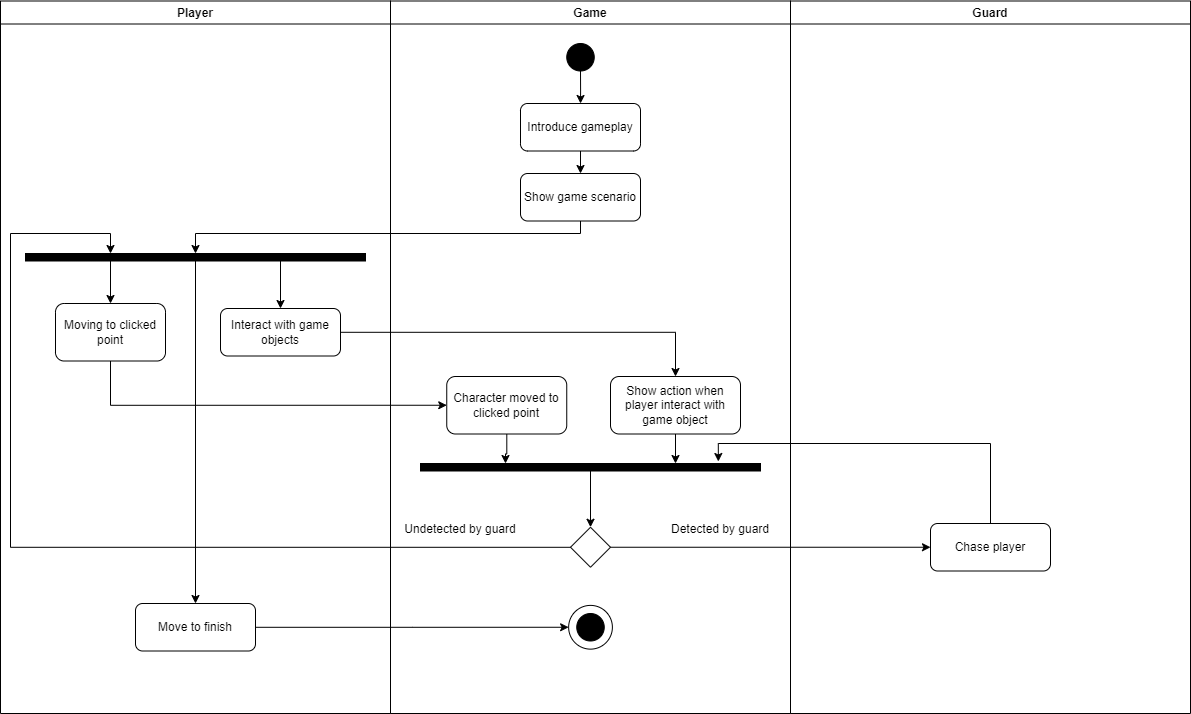
The draw.io diagram activity diagram.png in johannfac/A-Lone-Burglar, before a commit. Source tidied: cells renumbered, new cells last; positions are measured from the earlier drawing's top-left corner, leaving out a move shared by most shapes.
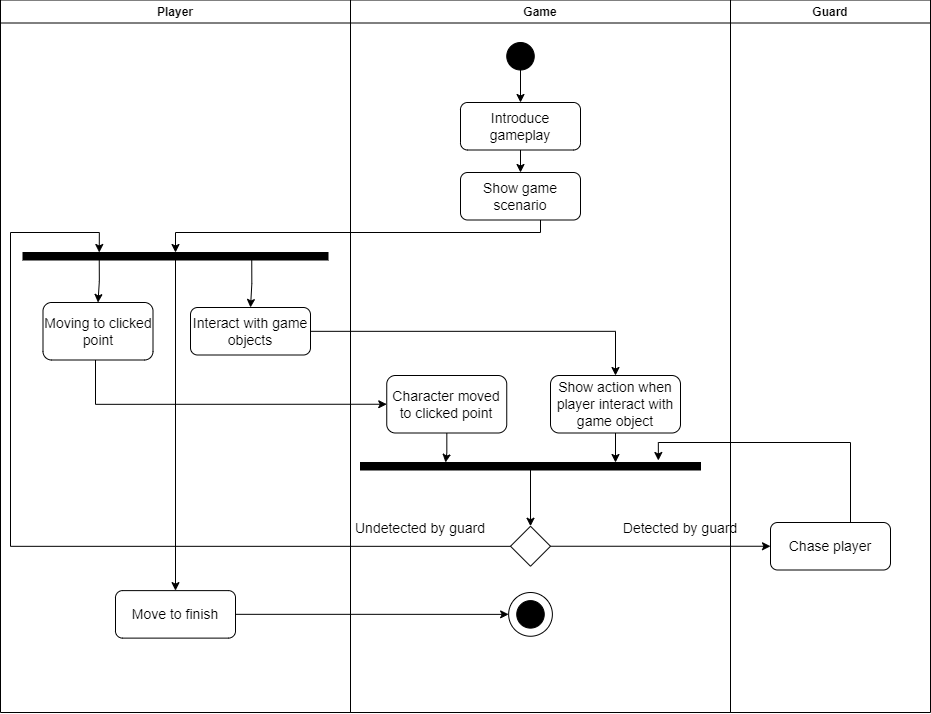
The same diagram one commit later.

What changed in the source:
```diff
@@ -3,91 +3,95 @@
     <mxCell id="0" />
     <mxCell id="1" parent="0" />
     <mxCell id="2" value="Player" style="swimlane;fillColor=#FFFFFF;" parent="1" vertex="1">
-      <mxGeometry y="-0.5" width="390" height="712.5" as="geometry" />
+      <mxGeometry x="40" y="-0.5" width="350" height="712.5" as="geometry" />
     </mxCell>
-    <mxCell id="3" value="Moving to clicked point" style="rounded=1;whiteSpace=wrap;html=1;fillColor=#FFFFFF;" parent="2" vertex="1">
-      <mxGeometry x="55" y="302.5" width="110" height="57.5" as="geometry" />
+    <mxCell id="3" value="&lt;font style=&quot;font-size: 14px;&quot;&gt;Moving to clicked point&lt;/font&gt;" style="rounded=1;whiteSpace=wrap;html=1;fillColor=#FFFFFF;" parent="2" vertex="1">
+      <mxGeometry x="42.5" y="302.5" width="110" height="57.5" as="geometry" />
     </mxCell>
     <mxCell id="4" style="rounded=0;whiteSpace=wrap;html=1;fillColor=#000000;" parent="2" vertex="1">
-      <mxGeometry x="25" y="252.5" width="340" height="7.5" as="geometry" />
+      <mxGeometry x="22.5" y="252.5" width="305" height="7.5" as="geometry" />
     </mxCell>
     <mxCell id="5" style="edgeStyle=orthogonalEdgeStyle;rounded=0;jettySize=auto;html=1;exitX=0.25;exitY=1;exitDx=0;exitDy=0;" parent="2" edge="1" source="4" target="3">
       <mxGeometry relative="1" as="geometry" />
     </mxCell>
-    <mxCell id="6" value="Interact with game objects" style="rounded=1;whiteSpace=wrap;html=1;fillColor=#FFFFFF;" parent="2" vertex="1">
-      <mxGeometry x="220" y="307.5" width="120" height="47.5" as="geometry" />
+    <mxCell id="6" value="&lt;font style=&quot;font-size: 14px;&quot;&gt;Interact with game objects&lt;/font&gt;" style="rounded=1;whiteSpace=wrap;html=1;fillColor=#FFFFFF;" parent="2" vertex="1">
+      <mxGeometry x="190" y="307.5" width="120" height="47.5" as="geometry" />
     </mxCell>
     <mxCell id="7" style="edgeStyle=orthogonalEdgeStyle;rounded=0;jettySize=auto;html=1;exitX=0.75;exitY=1;exitDx=0;exitDy=0;" parent="2" edge="1" source="4" target="6">
       <mxGeometry relative="1" as="geometry" />
     </mxCell>
-    <mxCell id="8" value="Move to finish" style="rounded=1;whiteSpace=wrap;html=1;fillColor=#FFFFFF;" parent="2" vertex="1">
-      <mxGeometry x="135" y="602.5" width="120" height="47.5" as="geometry" />
+    <mxCell id="8" value="&lt;font style=&quot;font-size: 14px;&quot;&gt;Move to finish&lt;/font&gt;" style="rounded=1;whiteSpace=wrap;html=1;fillColor=#FFFFFF;" parent="2" vertex="1">
+      <mxGeometry x="115" y="590.6" width="120" height="47.5" as="geometry" />
     </mxCell>
     <mxCell id="9" style="edgeStyle=orthogonalEdgeStyle;rounded=0;jettySize=auto;html=1;entryX=0.5;entryY=0;entryDx=0;entryDy=0;" parent="2" edge="1" source="4" target="8">
-      <mxGeometry relative="1" as="geometry" />
+      <mxGeometry relative="1" as="geometry">
+        <Array as="points">
+          <mxPoint x="175" y="583" />
+        </Array>
+      </mxGeometry>
     </mxCell>
-    <mxCell id="10" value="Game" style="swimlane;fillColor=#FFFFFF;" parent="1" vertex="1">
-      <mxGeometry x="390" y="-0.5" width="400" height="712.5" as="geometry" />
+    <mxCell id="10" value="Game" style="swimlane;fillColor=#FFFFFF;startSize=23;" parent="1" vertex="1">
+      <mxGeometry x="390" y="-0.5" width="380" height="712.5" as="geometry" />
     </mxCell>
     <mxCell id="11" style="ellipse;whiteSpace=wrap;html=1;fillColor=#FFFFFF;" parent="10" vertex="1">
-      <mxGeometry x="178.1" y="604.4" width="43.8" height="43.8" as="geometry" />
+      <mxGeometry x="158.1" y="592.5" width="43.8" height="43.8" as="geometry" />
     </mxCell>
     <mxCell id="12" style="edgeStyle=orthogonalEdgeStyle;rounded=0;jettySize=auto;html=1;" parent="10" edge="1" source="13" target="15">
       <mxGeometry relative="1" as="geometry" />
     </mxCell>
     <mxCell id="13" style="ellipse;whiteSpace=wrap;html=1;fillColor=#000000;" parent="10" vertex="1">
-      <mxGeometry x="176.2" y="42.5" width="27.5" height="27.5" as="geometry" />
+      <mxGeometry x="156.2" y="42.5" width="27.5" height="27.5" as="geometry" />
     </mxCell>
     <mxCell id="14" style="edgeStyle=orthogonalEdgeStyle;rounded=0;jettySize=auto;html=1;" parent="10" edge="1" source="15" target="16">
       <mxGeometry relative="1" as="geometry" />
     </mxCell>
-    <mxCell id="15" value="Introduce gameplay" style="rounded=1;whiteSpace=wrap;html=1;fillColor=#FFFFFF;" parent="10" vertex="1">
-      <mxGeometry x="130" y="102.5" width="120" height="47.5" as="geometry" />
+    <mxCell id="15" value="&lt;font style=&quot;font-size: 14px;&quot;&gt;Introduce gameplay&lt;/font&gt;" style="rounded=1;whiteSpace=wrap;html=1;fillColor=#FFFFFF;" parent="10" vertex="1">
+      <mxGeometry x="110" y="102.5" width="120" height="47.5" as="geometry" />
     </mxCell>
-    <mxCell id="16" value="Show game scenario" style="rounded=1;whiteSpace=wrap;html=1;fillColor=#FFFFFF;" parent="10" vertex="1">
-      <mxGeometry x="130" y="172.5" width="120" height="47.5" as="geometry" />
+    <mxCell id="16" value="&lt;font style=&quot;font-size: 14px;&quot;&gt;Show game scenario&lt;/font&gt;" style="rounded=1;whiteSpace=wrap;html=1;fillColor=#FFFFFF;" parent="10" vertex="1">
+      <mxGeometry x="110" y="172.5" width="120" height="47.5" as="geometry" />
     </mxCell>
     <mxCell id="17" style="edgeStyle=orthogonalEdgeStyle;rounded=0;jettySize=auto;html=1;entryX=0.75;entryY=0;entryDx=0;entryDy=0;" parent="10" edge="1" source="18" target="24">
       <mxGeometry relative="1" as="geometry" />
     </mxCell>
-    <mxCell id="18" value="Show action when player interact with game object" style="rounded=1;whiteSpace=wrap;html=1;fillColor=#FFFFFF;" parent="10" vertex="1">
-      <mxGeometry x="220" y="375.5" width="130" height="57.5" as="geometry" />
+    <mxCell id="18" value="&lt;font style=&quot;font-size: 14px;&quot;&gt;Show action when player interact with game object&lt;/font&gt;" style="rounded=1;whiteSpace=wrap;html=1;fillColor=#FFFFFF;" parent="10" vertex="1">
+      <mxGeometry x="200" y="375.5" width="130" height="57.5" as="geometry" />
     </mxCell>
     <mxCell id="19" style="edgeStyle=orthogonalEdgeStyle;rounded=0;jettySize=auto;html=1;entryX=0.25;entryY=0;entryDx=0;entryDy=0;" parent="10" edge="1" source="20" target="24">
       <mxGeometry relative="1" as="geometry" />
     </mxCell>
-    <mxCell id="20" value="Character moved to clicked point" style="rounded=1;whiteSpace=wrap;html=1;fillColor=#FFFFFF;" parent="10" vertex="1">
-      <mxGeometry x="56.2" y="375.5" width="120" height="57.5" as="geometry" />
+    <mxCell id="20" value="&lt;font style=&quot;font-size: 14px;&quot;&gt;Character moved to clicked point&lt;/font&gt;" style="rounded=1;whiteSpace=wrap;html=1;fillColor=#FFFFFF;" parent="10" vertex="1">
+      <mxGeometry x="36.2" y="375.5" width="120" height="57.5" as="geometry" />
     </mxCell>
-    <mxCell id="21" value="Detected by guard" style="text;html=1;strokeColor=none;fillColor=none;align=center;verticalAlign=middle;whiteSpace=wrap;rounded=0;" parent="10" vertex="1">
+    <mxCell id="21" value="&lt;font style=&quot;font-size: 14px;&quot;&gt;Detected by guard&lt;/font&gt;" style="text;html=1;strokeColor=none;fillColor=none;align=center;verticalAlign=middle;whiteSpace=wrap;rounded=0;" parent="10" vertex="1">
       <mxGeometry x="260" y="512.5" width="140" height="32.5" as="geometry" />
     </mxCell>
     <mxCell id="22" style="rhombus;whiteSpace=wrap;html=1;fillColor=#FFFFFF;" parent="10" vertex="1">
-      <mxGeometry x="180" y="526.2" width="40" height="40" as="geometry" />
+      <mxGeometry x="160" y="526.2" width="40" height="40" as="geometry" />
     </mxCell>
     <mxCell id="23" style="edgeStyle=orthogonalEdgeStyle;rounded=0;jettySize=auto;html=1;entryX=0.5;entryY=0;entryDx=0;entryDy=0;" parent="10" edge="1" source="24" target="22">
       <mxGeometry relative="1" as="geometry" />
     </mxCell>
     <mxCell id="24" style="rounded=0;whiteSpace=wrap;html=1;fillColor=#000000;" parent="10" vertex="1">
-      <mxGeometry x="30" y="462.5" width="340" height="7.5" as="geometry" />
+      <mxGeometry x="10" y="462.5" width="340" height="7.5" as="geometry" />
     </mxCell>
-    <mxCell id="25" value="Undetected by guard" style="text;html=1;strokeColor=none;fillColor=none;align=center;verticalAlign=middle;whiteSpace=wrap;rounded=0;" parent="10" vertex="1">
+    <mxCell id="25" value="&lt;font style=&quot;font-size: 14px;&quot;&gt;Undetected by guard&lt;/font&gt;" style="text;html=1;strokeColor=none;fillColor=none;align=center;verticalAlign=middle;whiteSpace=wrap;rounded=0;" parent="10" vertex="1">
       <mxGeometry y="512.5" width="140" height="32.5" as="geometry" />
     </mxCell>
     <mxCell id="26" style="ellipse;whiteSpace=wrap;html=1;fillColor=#000000;" parent="10" vertex="1">
-      <mxGeometry x="186.2" y="612.5" width="27.5" height="27.5" as="geometry" />
+      <mxGeometry x="166.2" y="600.6" width="27.5" height="27.5" as="geometry" />
     </mxCell>
     <mxCell id="27" value="Guard" style="swimlane;fillColor=#FFFFFF;" parent="1" vertex="1">
-      <mxGeometry x="790" y="-0.5" width="400" height="712.5" as="geometry" />
+      <mxGeometry x="770" y="-0.5" width="200" height="712.5" as="geometry" />
     </mxCell>
-    <mxCell id="28" value="Chase player" style="rounded=1;whiteSpace=wrap;html=1;fillColor=#FFFFFF;" parent="27" vertex="1">
-      <mxGeometry x="140" y="522.5" width="120" height="47.5" as="geometry" />
+    <mxCell id="28" value="&lt;font style=&quot;font-size: 14px;&quot;&gt;Chase player&lt;/font&gt;" style="rounded=1;whiteSpace=wrap;html=1;fillColor=#FFFFFF;" parent="27" vertex="1">
+      <mxGeometry x="40" y="522.5" width="120" height="47.5" as="geometry" />
     </mxCell>
     <mxCell id="29" style="edgeStyle=orthogonalEdgeStyle;rounded=0;jettySize=auto;html=1;entryX=0.5;entryY=0;entryDx=0;entryDy=0;" parent="1" edge="1" source="16" target="4">
       <mxGeometry relative="1" as="geometry">
         <Array as="points">
           <mxPoint x="580" y="232" />
-          <mxPoint x="195" y="232" />
+          <mxPoint x="215" y="232" />
         </Array>
       </mxGeometry>
     </mxCell>
@@ -97,7 +101,7 @@
     <mxCell id="31" style="edgeStyle=orthogonalEdgeStyle;rounded=0;jettySize=auto;html=1;entryX=0;entryY=0.5;entryDx=0;entryDy=0;" parent="1" edge="1" source="3" target="20">
       <mxGeometry relative="1" as="geometry">
         <Array as="points">
-          <mxPoint x="110" y="404" />
+          <mxPoint x="135" y="404" />
         </Array>
       </mxGeometry>
     </mxCell>
@@ -107,17 +111,17 @@
     <mxCell id="33" style="edgeStyle=orthogonalEdgeStyle;rounded=0;jettySize=auto;html=1;entryX=0.876;entryY=-0.267;entryDx=0;entryDy=0;entryPerimeter=0;" parent="1" edge="1" source="28" target="24">
       <mxGeometry relative="1" as="geometry">
         <Array as="points">
-          <mxPoint x="990" y="442" />
-          <mxPoint x="718" y="442" />
+          <mxPoint x="890" y="442" />
+          <mxPoint x="698" y="442" />
         </Array>
       </mxGeometry>
     </mxCell>
     <mxCell id="34" style="edgeStyle=orthogonalEdgeStyle;rounded=0;jettySize=auto;html=1;entryX=0.25;entryY=0;entryDx=0;entryDy=0;" parent="1" edge="1" source="22" target="4">
       <mxGeometry relative="1" as="geometry">
         <Array as="points">
-          <mxPoint x="10" y="546" />
-          <mxPoint x="10" y="232" />
-          <mxPoint x="110" y="232" />
+          <mxPoint x="50" y="546" />
+          <mxPoint x="50" y="232" />
+          <mxPoint x="139" y="232" />
         </Array>
       </mxGeometry>
     </mxCell>
```
